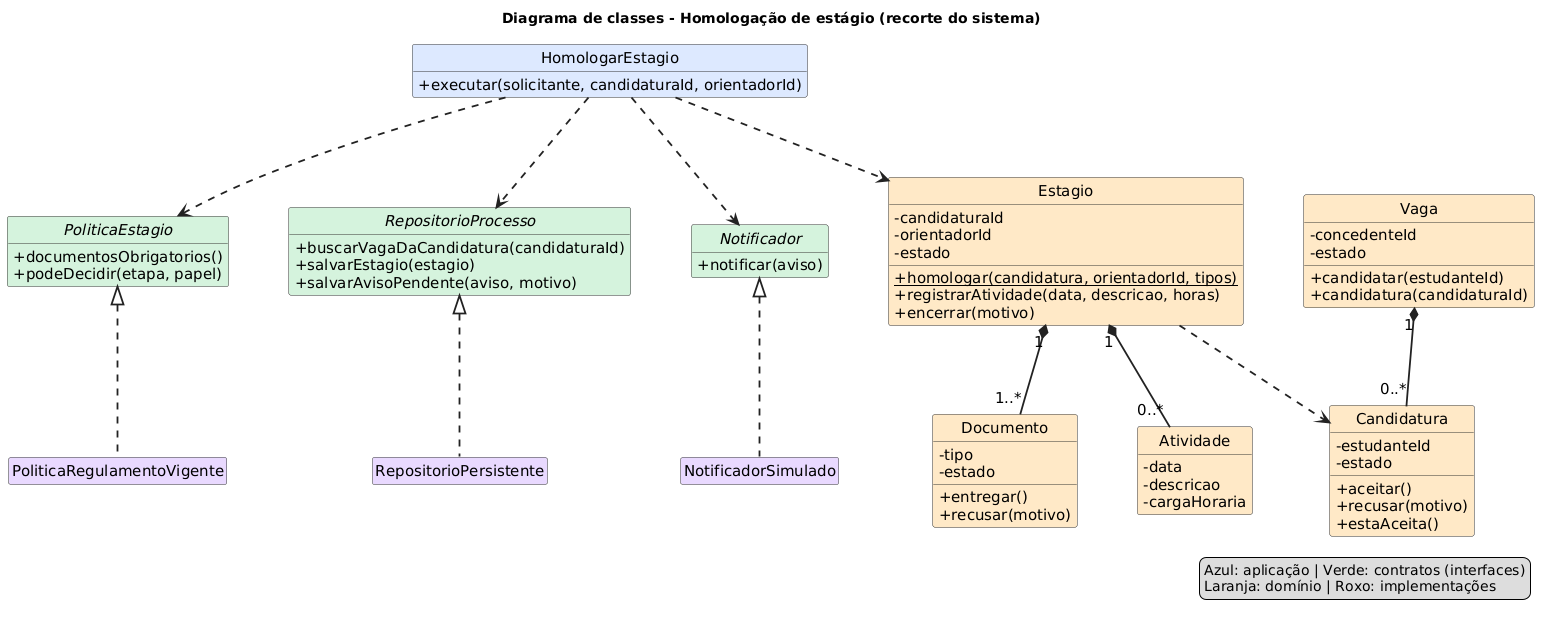
Above: docs/diagramas/classes.png in sofiawl/SoftwareDesign (PlantUML), before the change. Its source is kept beside it as docs/diagramas/classes.puml. The source it was exported from:
```plantuml
@startuml classes
title Diagrama de classes - Homologação de estágio (recorte do sistema)

skinparam classAttributeIconSize 0
skinparam defaultFontSize 15
skinparam ArrowThickness 1.8
skinparam ArrowColor #222222
skinparam shadowing false
skinparam nodesep 60
skinparam ranksep 80
skinparam ClassBorderColor #333333
skinparam ClassBackgroundColor<<app>> #DCE8FF
skinparam ClassBackgroundColor<<contrato>> #D5F2DC
skinparam ClassBackgroundColor<<dominio>> #FFE9C7
skinparam ClassBackgroundColor<<infra>> #E8D9FF
hide stereotype
hide empty members
hide circle

class HomologarEstagio <<app>> {
  +executar(solicitante, candidaturaId, orientadorId)
}

interface PoliticaEstagio <<contrato>> {
  +documentosObrigatorios()
  +podeDecidir(etapa, papel)
}
interface RepositorioProcesso <<contrato>> {
  +buscarVagaDaCandidatura(candidaturaId)
  +salvarEstagio(estagio)
  +salvarAvisoPendente(aviso, motivo)
}
interface Notificador <<contrato>> {
  +notificar(aviso)
}

class Estagio <<dominio>> {
  -candidaturaId
  -orientadorId
  -estado
  +{static} homologar(candidatura, orientadorId, tipos)
  +registrarAtividade(data, descricao, horas)
  +encerrar(motivo)
}
class Documento <<dominio>> {
  -tipo
  -estado
  +entregar()
  +recusar(motivo)
}
class Atividade <<dominio>> {
  -data
  -descricao
  -cargaHoraria
}
class Vaga <<dominio>> {
  -concedenteId
  -estado
  +candidatar(estudanteId)
  +candidatura(candidaturaId)
}
class Candidatura <<dominio>> {
  -estudanteId
  -estado
  +aceitar()
  +recusar(motivo)
  +estaAceita()
}

class PoliticaRegulamentoVigente <<infra>>
class RepositorioPersistente <<infra>>
class NotificadorSimulado <<infra>>

HomologarEstagio ..> PoliticaEstagio
HomologarEstagio ..> RepositorioProcesso
HomologarEstagio ..> Notificador
HomologarEstagio ..> Estagio

PoliticaEstagio <|.. PoliticaRegulamentoVigente
RepositorioProcesso <|.. RepositorioPersistente
Notificador <|.. NotificadorSimulado

Estagio "1" *-- "1..*" Documento
Estagio "1" *-- "0..*" Atividade
Vaga "1" *-- "0..*" Candidatura

Estagio ..> Candidatura

legend right
  Azul: aplicação | Verde: contratos (interfaces)
  Laranja: domínio | Roxo: implementações
endlegend
@enduml
```
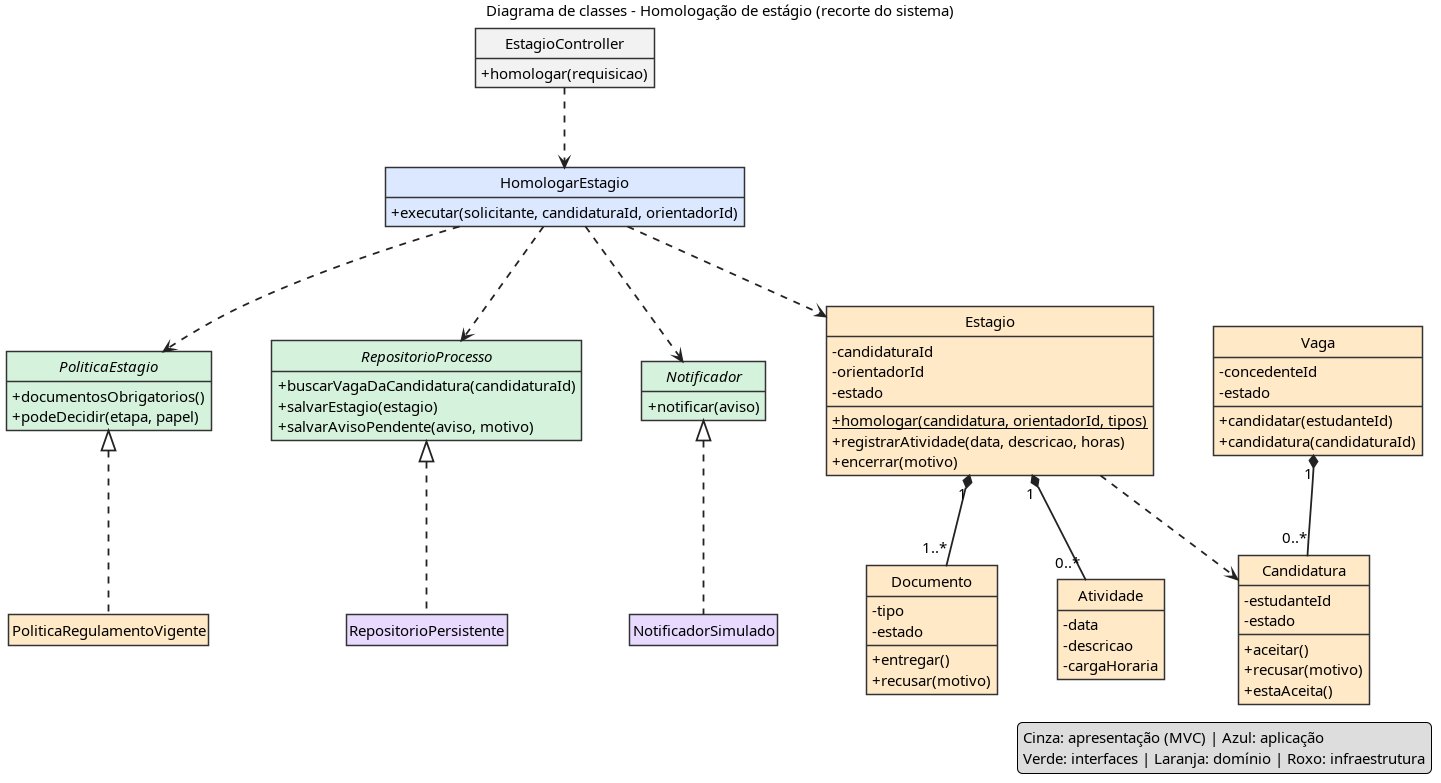
Above is the later version.

Commit message:
docs(uml): diagrama de classes com Controller MVC e política no domínio

- EstagioController (apresentação) delega a HomologarEstagio
- PoliticaRegulamentoVigente classificada como domínio
- legenda com apresentação, aplicação, interfaces, domínio e
  infraestrutura
- classes.png regenerado

What changed in the source:
```diff
@@ -9,6 +9,7 @@
 skinparam nodesep 60
 skinparam ranksep 80
 skinparam ClassBorderColor #333333
+skinparam ClassBackgroundColor<<apresentacao>> #F2F2F2
 skinparam ClassBackgroundColor<<app>> #DCE8FF
 skinparam ClassBackgroundColor<<contrato>> #D5F2DC
 skinparam ClassBackgroundColor<<dominio>> #FFE9C7
@@ -16,6 +17,10 @@
 hide stereotype
 hide empty members
 hide circle
+
+class EstagioController <<apresentacao>> {
+  +homologar(requisicao)
+}
 
 class HomologarEstagio <<app>> {
   +executar(solicitante, candidaturaId, orientadorId)
@@ -67,9 +72,12 @@
   +estaAceita()
 }
 
-class PoliticaRegulamentoVigente <<infra>>
+class PoliticaRegulamentoVigente <<dominio>>
+
 class RepositorioPersistente <<infra>>
 class NotificadorSimulado <<infra>>
+
+EstagioController ..> HomologarEstagio
 
 HomologarEstagio ..> PoliticaEstagio
 HomologarEstagio ..> RepositorioProcesso
@@ -87,7 +95,7 @@
 Estagio ..> Candidatura
 
 legend right
-  Azul: aplicação | Verde: contratos (interfaces)
-  Laranja: domínio | Roxo: implementações
+  Cinza: apresentação (MVC) | Azul: aplicação
+  Verde: interfaces | Laranja: domínio | Roxo: infraestrutura
 endlegend
 @enduml
```
